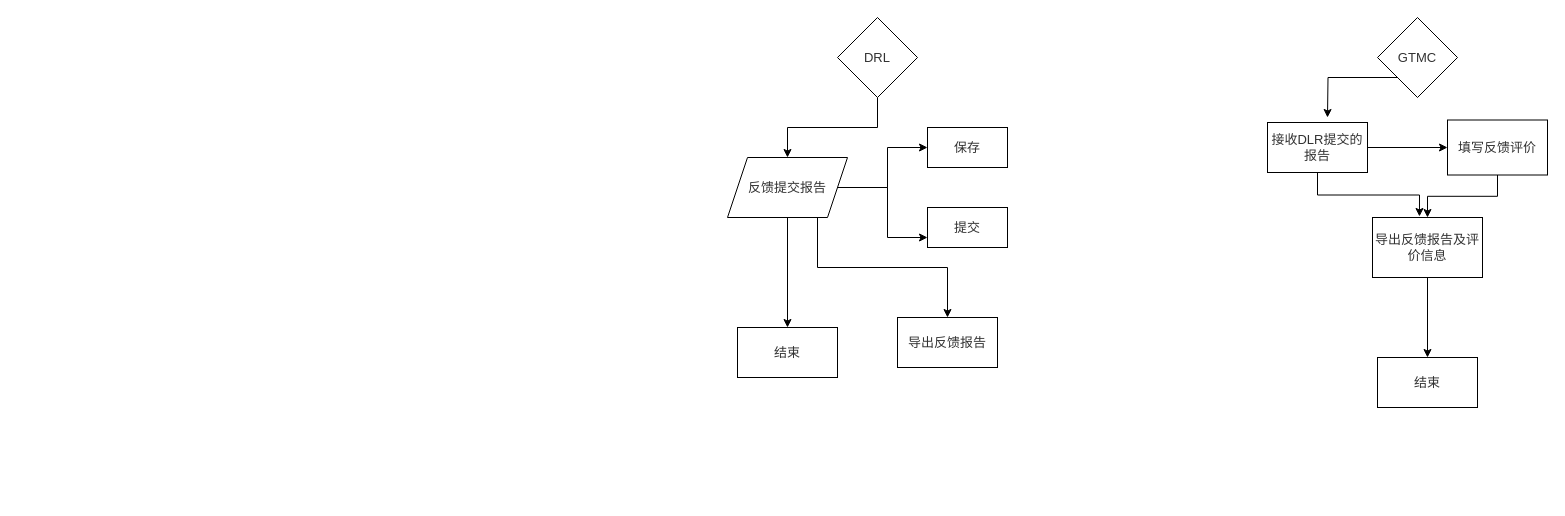
ljl778/DMS1 keeps this draw.io diagram as Untitled Diagram.drawio. Above is the earlier version. Source tidied: cells renumbered, new cells numbered last; positions are measured from the earlier drawing's top-left corner, leaving out a move shared by most shapes. Both pictures are drawn from the tidied source at 100%, with x=0, y=0 at pixel (727, 17).
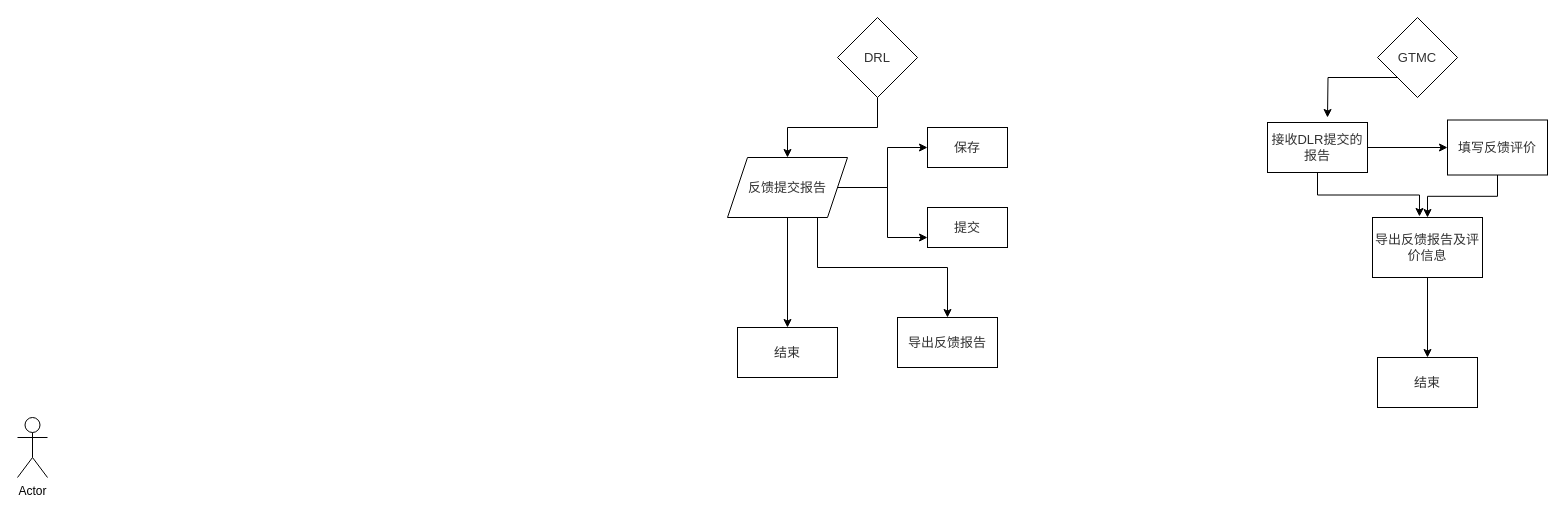
The same page after the edit.

What changed in the source:
```diff
@@
+    <mxCell id="23" value="Actor" style="shape=umlActor;verticalLabelPosition=bottom;verticalAlign=top;html=1;" parent="1" vertex="1">
+      <mxGeometry x="-710" y="400" width="30" height="60" as="geometry" />
+    </mxCell>
```
